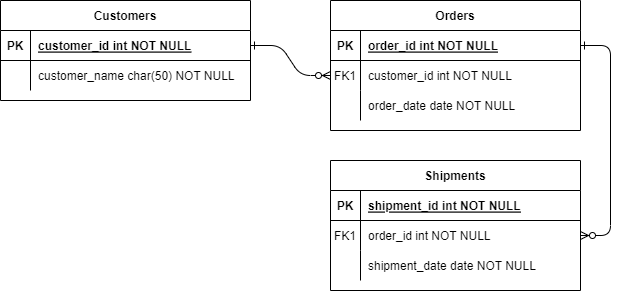
Kriw7/Picture keeps this draw.io diagram as Test.png. Above is the earlier version. Source tidied: cells renumbered, new cells last; positions are measured from the earlier drawing's top-left corner, leaving out a move shared by most shapes.
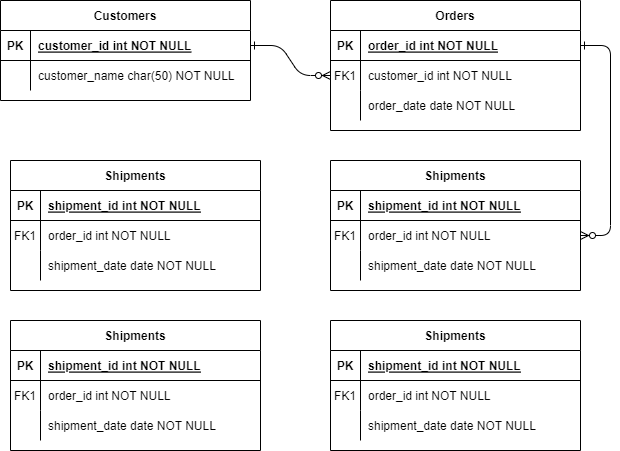
The same diagram one commit later.

The edit, as a diff of the source:
```diff
@@ -89,5 +89,95 @@
     <mxCell id="30" value="customer_name char(50) NOT NULL" style="shape=partialRectangle;overflow=hidden;fillColor=none;top=0;left=0;bottom=0;right=0;align=left;spacingLeft=6;" parent="28" vertex="1">
       <mxGeometry x="30" width="220" height="30" as="geometry" />
     </mxCell>
+    <mxCell id="31" value="Shipments" style="shape=table;startSize=30;rowLines=0;fontStyle=1;align=center;" parent="1" vertex="1">
+      <mxGeometry x="10" y="160" width="250" height="130" as="geometry" />
+    </mxCell>
+    <mxCell id="32" style="shape=partialRectangle;fillColor=none;top=0;left=0;right=0;bottom=1;" parent="31" vertex="1">
+      <mxGeometry y="30" width="250" height="30" as="geometry" />
+    </mxCell>
+    <mxCell id="33" value="PK" style="shape=partialRectangle;overflow=hidden;fillColor=none;top=0;left=0;bottom=0;right=0;fontStyle=1;" parent="32" vertex="1">
+      <mxGeometry width="30" height="30" as="geometry" />
+    </mxCell>
+    <mxCell id="34" value="shipment_id int NOT NULL " style="shape=partialRectangle;overflow=hidden;fillColor=none;top=0;left=0;bottom=0;right=0;align=left;spacingLeft=6;fontStyle=5;" parent="32" vertex="1">
+      <mxGeometry x="30" width="220" height="30" as="geometry" />
+    </mxCell>
+    <mxCell id="35" style="shape=partialRectangle;fillColor=none;top=0;left=0;right=0;bottom=0;" parent="31" vertex="1">
+      <mxGeometry y="60" width="250" height="30" as="geometry" />
+    </mxCell>
+    <mxCell id="36" value="FK1" style="shape=partialRectangle;overflow=hidden;fillColor=none;top=0;left=0;bottom=0;right=0;" parent="35" vertex="1">
+      <mxGeometry width="30" height="30" as="geometry" />
+    </mxCell>
+    <mxCell id="37" value="order_id int NOT NULL" style="shape=partialRectangle;overflow=hidden;fillColor=none;top=0;left=0;bottom=0;right=0;align=left;spacingLeft=6;" parent="35" vertex="1">
+      <mxGeometry x="30" width="220" height="30" as="geometry" />
+    </mxCell>
+    <mxCell id="38" style="shape=partialRectangle;fillColor=none;top=0;left=0;right=0;bottom=0;" parent="31" vertex="1">
+      <mxGeometry y="90" width="250" height="30" as="geometry" />
+    </mxCell>
+    <mxCell id="39" style="shape=partialRectangle;overflow=hidden;fillColor=none;top=0;left=0;bottom=0;right=0;" parent="38" vertex="1">
+      <mxGeometry width="30" height="30" as="geometry" />
+    </mxCell>
+    <mxCell id="40" value="shipment_date date NOT NULL" style="shape=partialRectangle;overflow=hidden;fillColor=none;top=0;left=0;bottom=0;right=0;align=left;spacingLeft=6;" parent="38" vertex="1">
+      <mxGeometry x="30" width="220" height="30" as="geometry" />
+    </mxCell>
+    <mxCell id="41" value="Shipments" style="shape=table;startSize=30;rowLines=0;fontStyle=1;align=center;" parent="1" vertex="1">
+      <mxGeometry x="10" y="320" width="250" height="130" as="geometry" />
+    </mxCell>
+    <mxCell id="42" style="shape=partialRectangle;fillColor=none;top=0;left=0;right=0;bottom=1;" parent="41" vertex="1">
+      <mxGeometry y="30" width="250" height="30" as="geometry" />
+    </mxCell>
+    <mxCell id="43" value="PK" style="shape=partialRectangle;overflow=hidden;fillColor=none;top=0;left=0;bottom=0;right=0;fontStyle=1;" parent="42" vertex="1">
+      <mxGeometry width="30" height="30" as="geometry" />
+    </mxCell>
+    <mxCell id="44" value="shipment_id int NOT NULL " style="shape=partialRectangle;overflow=hidden;fillColor=none;top=0;left=0;bottom=0;right=0;align=left;spacingLeft=6;fontStyle=5;" parent="42" vertex="1">
+      <mxGeometry x="30" width="220" height="30" as="geometry" />
+    </mxCell>
+    <mxCell id="45" style="shape=partialRectangle;fillColor=none;top=0;left=0;right=0;bottom=0;" parent="41" vertex="1">
+      <mxGeometry y="60" width="250" height="30" as="geometry" />
+    </mxCell>
+    <mxCell id="46" value="FK1" style="shape=partialRectangle;overflow=hidden;fillColor=none;top=0;left=0;bottom=0;right=0;" parent="45" vertex="1">
+      <mxGeometry width="30" height="30" as="geometry" />
+    </mxCell>
+    <mxCell id="47" value="order_id int NOT NULL" style="shape=partialRectangle;overflow=hidden;fillColor=none;top=0;left=0;bottom=0;right=0;align=left;spacingLeft=6;" parent="45" vertex="1">
+      <mxGeometry x="30" width="220" height="30" as="geometry" />
+    </mxCell>
+    <mxCell id="48" style="shape=partialRectangle;fillColor=none;top=0;left=0;right=0;bottom=0;" parent="41" vertex="1">
+      <mxGeometry y="90" width="250" height="30" as="geometry" />
+    </mxCell>
+    <mxCell id="49" style="shape=partialRectangle;overflow=hidden;fillColor=none;top=0;left=0;bottom=0;right=0;" parent="48" vertex="1">
+      <mxGeometry width="30" height="30" as="geometry" />
+    </mxCell>
+    <mxCell id="50" value="shipment_date date NOT NULL" style="shape=partialRectangle;overflow=hidden;fillColor=none;top=0;left=0;bottom=0;right=0;align=left;spacingLeft=6;" parent="48" vertex="1">
+      <mxGeometry x="30" width="220" height="30" as="geometry" />
+    </mxCell>
+    <mxCell id="51" value="Shipments" style="shape=table;startSize=30;rowLines=0;fontStyle=1;align=center;" parent="1" vertex="1">
+      <mxGeometry x="330" y="320" width="250" height="130" as="geometry" />
+    </mxCell>
+    <mxCell id="52" style="shape=partialRectangle;fillColor=none;top=0;left=0;right=0;bottom=1;" parent="51" vertex="1">
+      <mxGeometry y="30" width="250" height="30" as="geometry" />
+    </mxCell>
+    <mxCell id="53" value="PK" style="shape=partialRectangle;overflow=hidden;fillColor=none;top=0;left=0;bottom=0;right=0;fontStyle=1;" parent="52" vertex="1">
+      <mxGeometry width="30" height="30" as="geometry" />
+    </mxCell>
+    <mxCell id="54" value="shipment_id int NOT NULL " style="shape=partialRectangle;overflow=hidden;fillColor=none;top=0;left=0;bottom=0;right=0;align=left;spacingLeft=6;fontStyle=5;" parent="52" vertex="1">
+      <mxGeometry x="30" width="220" height="30" as="geometry" />
+    </mxCell>
+    <mxCell id="55" style="shape=partialRectangle;fillColor=none;top=0;left=0;right=0;bottom=0;" parent="51" vertex="1">
+      <mxGeometry y="60" width="250" height="30" as="geometry" />
+    </mxCell>
+    <mxCell id="56" value="FK1" style="shape=partialRectangle;overflow=hidden;fillColor=none;top=0;left=0;bottom=0;right=0;" parent="55" vertex="1">
+      <mxGeometry width="30" height="30" as="geometry" />
+    </mxCell>
+    <mxCell id="57" value="order_id int NOT NULL" style="shape=partialRectangle;overflow=hidden;fillColor=none;top=0;left=0;bottom=0;right=0;align=left;spacingLeft=6;" parent="55" vertex="1">
+      <mxGeometry x="30" width="220" height="30" as="geometry" />
+    </mxCell>
+    <mxCell id="58" style="shape=partialRectangle;fillColor=none;top=0;left=0;right=0;bottom=0;" parent="51" vertex="1">
+      <mxGeometry y="90" width="250" height="30" as="geometry" />
+    </mxCell>
+    <mxCell id="59" style="shape=partialRectangle;overflow=hidden;fillColor=none;top=0;left=0;bottom=0;right=0;" parent="58" vertex="1">
+      <mxGeometry width="30" height="30" as="geometry" />
+    </mxCell>
+    <mxCell id="60" value="shipment_date date NOT NULL" style="shape=partialRectangle;overflow=hidden;fillColor=none;top=0;left=0;bottom=0;right=0;align=left;spacingLeft=6;" parent="58" vertex="1">
+      <mxGeometry x="30" width="220" height="30" as="geometry" />
+    </mxCell>
   </root>
 </mxGraphModel>
```
